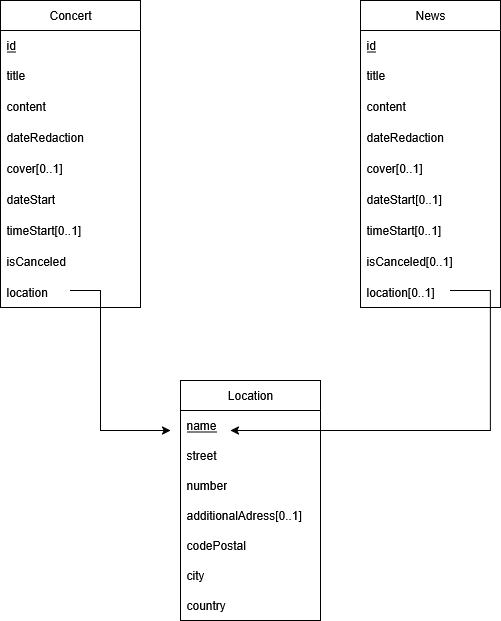
Earlier version of the draw.io export src/assets/images/ERDiagStockemoise.png (JBLNgithub/portfolio). Source tidied: cells renumbered, new cells last; positions are measured from the earlier drawing's top-left corner, leaving out a move shared by most shapes. Source of this version:
```xml
<mxGraphModel>
  <root>
    <mxCell id="0" />
    <mxCell id="1" parent="0" />
    <mxCell id="2" value="Concert" style="swimlane;fontStyle=0;horizontal=1;startSize=30;whiteSpace=wrap;html=1;" parent="1" vertex="1">
      <mxGeometry width="140" height="307" as="geometry" />
    </mxCell>
    <mxCell id="3" value="id" style="text;strokeColor=none;fillColor=none;align=left;verticalAlign=middle;spacingLeft=4;spacingRight=4;overflow=hidden;whiteSpace=wrap;html=1;fontStyle=4;" parent="2" vertex="1">
      <mxGeometry y="30" width="140" height="30" as="geometry" />
    </mxCell>
    <mxCell id="4" value="title" style="text;strokeColor=none;fillColor=none;align=left;verticalAlign=middle;spacingLeft=4;spacingRight=4;overflow=hidden;whiteSpace=wrap;html=1;" parent="2" vertex="1">
      <mxGeometry y="60" width="140" height="30" as="geometry" />
    </mxCell>
    <mxCell id="5" value="&lt;div&gt;content&lt;/div&gt;" style="text;strokeColor=none;fillColor=none;align=left;verticalAlign=middle;spacingLeft=4;spacingRight=4;overflow=hidden;whiteSpace=wrap;html=1;" parent="2" vertex="1">
      <mxGeometry y="90" width="140" height="31" as="geometry" />
    </mxCell>
    <mxCell id="6" value="dateRedaction" style="text;strokeColor=none;fillColor=none;align=left;verticalAlign=middle;spacingLeft=4;spacingRight=4;overflow=hidden;whiteSpace=wrap;html=1;" parent="2" vertex="1">
      <mxGeometry y="121" width="140" height="31" as="geometry" />
    </mxCell>
    <mxCell id="7" value="cover[0..1]" style="text;strokeColor=none;fillColor=none;align=left;verticalAlign=middle;spacingLeft=4;spacingRight=4;overflow=hidden;whiteSpace=wrap;html=1;" parent="2" vertex="1">
      <mxGeometry y="152" width="140" height="31" as="geometry" />
    </mxCell>
    <mxCell id="8" value="dateStart" style="text;strokeColor=none;fillColor=none;align=left;verticalAlign=middle;spacingLeft=4;spacingRight=4;overflow=hidden;whiteSpace=wrap;html=1;" parent="2" vertex="1">
      <mxGeometry y="183" width="140" height="31" as="geometry" />
    </mxCell>
    <mxCell id="9" value="timeStart[0..1]" style="text;strokeColor=none;fillColor=none;align=left;verticalAlign=middle;spacingLeft=4;spacingRight=4;overflow=hidden;whiteSpace=wrap;html=1;" parent="2" vertex="1">
      <mxGeometry y="214" width="140" height="31" as="geometry" />
    </mxCell>
    <mxCell id="10" value="isCanceled" style="text;strokeColor=none;fillColor=none;align=left;verticalAlign=middle;spacingLeft=4;spacingRight=4;overflow=hidden;whiteSpace=wrap;html=1;" parent="2" vertex="1">
      <mxGeometry y="245" width="140" height="31" as="geometry" />
    </mxCell>
    <mxCell id="11" value="location" style="text;strokeColor=none;fillColor=none;align=left;verticalAlign=middle;spacingLeft=4;spacingRight=4;overflow=hidden;points=[[0,0.5],[1,0.5]];portConstraint=eastwest;whiteSpace=wrap;html=1;" parent="2" vertex="1">
      <mxGeometry y="276" width="140" height="31" as="geometry" />
    </mxCell>
    <mxCell id="12" value="News" style="swimlane;fontStyle=0;horizontal=1;startSize=30;whiteSpace=wrap;html=1;" parent="1" vertex="1">
      <mxGeometry x="360" width="140" height="307" as="geometry" />
    </mxCell>
    <mxCell id="13" value="id" style="text;strokeColor=none;fillColor=none;align=left;verticalAlign=middle;spacingLeft=4;spacingRight=4;overflow=hidden;whiteSpace=wrap;html=1;fontStyle=4;" parent="12" vertex="1">
      <mxGeometry y="30" width="140" height="30" as="geometry" />
    </mxCell>
    <mxCell id="14" value="title" style="text;strokeColor=none;fillColor=none;align=left;verticalAlign=middle;spacingLeft=4;spacingRight=4;overflow=hidden;whiteSpace=wrap;html=1;" parent="12" vertex="1">
      <mxGeometry y="60" width="140" height="30" as="geometry" />
    </mxCell>
    <mxCell id="15" value="&lt;div&gt;content&lt;/div&gt;" style="text;strokeColor=none;fillColor=none;align=left;verticalAlign=middle;spacingLeft=4;spacingRight=4;overflow=hidden;whiteSpace=wrap;html=1;" parent="12" vertex="1">
      <mxGeometry y="90" width="140" height="31" as="geometry" />
    </mxCell>
    <mxCell id="16" value="dateRedaction" style="text;strokeColor=none;fillColor=none;align=left;verticalAlign=middle;spacingLeft=4;spacingRight=4;overflow=hidden;whiteSpace=wrap;html=1;" parent="12" vertex="1">
      <mxGeometry y="121" width="140" height="31" as="geometry" />
    </mxCell>
    <mxCell id="17" value="cover[0..1]" style="text;strokeColor=none;fillColor=none;align=left;verticalAlign=middle;spacingLeft=4;spacingRight=4;overflow=hidden;whiteSpace=wrap;html=1;" parent="12" vertex="1">
      <mxGeometry y="152" width="140" height="31" as="geometry" />
    </mxCell>
    <mxCell id="18" value="dateStart[0..1]" style="text;strokeColor=none;fillColor=none;align=left;verticalAlign=middle;spacingLeft=4;spacingRight=4;overflow=hidden;whiteSpace=wrap;html=1;" parent="12" vertex="1">
      <mxGeometry y="183" width="140" height="31" as="geometry" />
    </mxCell>
    <mxCell id="19" value="timeStart[0..1]" style="text;strokeColor=none;fillColor=none;align=left;verticalAlign=middle;spacingLeft=4;spacingRight=4;overflow=hidden;whiteSpace=wrap;html=1;" parent="12" vertex="1">
      <mxGeometry y="214" width="140" height="31" as="geometry" />
    </mxCell>
    <mxCell id="20" value="isCanceled[0..1]" style="text;strokeColor=none;fillColor=none;align=left;verticalAlign=middle;spacingLeft=4;spacingRight=4;overflow=hidden;whiteSpace=wrap;html=1;" parent="12" vertex="1">
      <mxGeometry y="245" width="140" height="31" as="geometry" />
    </mxCell>
    <mxCell id="21" value="location[0..1]" style="text;strokeColor=none;fillColor=none;align=left;verticalAlign=middle;spacingLeft=4;spacingRight=4;overflow=hidden;points=[[0,0.5],[1,0.5]];portConstraint=eastwest;whiteSpace=wrap;html=1;" parent="12" vertex="1">
      <mxGeometry y="276" width="140" height="31" as="geometry" />
    </mxCell>
    <mxCell id="22" value="Location" style="swimlane;fontStyle=0;horizontal=1;startSize=30;whiteSpace=wrap;html=1;" parent="1" vertex="1">
      <mxGeometry x="180" y="380" width="140" height="240" as="geometry" />
    </mxCell>
    <mxCell id="23" value="name" style="text;strokeColor=none;fillColor=none;align=left;verticalAlign=middle;spacingLeft=4;spacingRight=4;overflow=hidden;points=[[0,0.5],[1,0.5]];portConstraint=eastwest;whiteSpace=wrap;html=1;fontStyle=4;" parent="22" vertex="1">
      <mxGeometry y="30" width="140" height="30" as="geometry" />
    </mxCell>
    <mxCell id="24" value="street" style="text;strokeColor=none;fillColor=none;align=left;verticalAlign=middle;spacingLeft=4;spacingRight=4;overflow=hidden;whiteSpace=wrap;html=1;" parent="22" vertex="1">
      <mxGeometry y="60" width="140" height="30" as="geometry" />
    </mxCell>
    <mxCell id="25" value="number" style="text;strokeColor=none;fillColor=none;align=left;verticalAlign=middle;spacingLeft=4;spacingRight=4;overflow=hidden;whiteSpace=wrap;html=1;" parent="22" vertex="1">
      <mxGeometry y="90" width="140" height="30" as="geometry" />
    </mxCell>
    <mxCell id="26" value="additionalAdress[0..1]" style="text;strokeColor=none;fillColor=none;align=left;verticalAlign=middle;spacingLeft=4;spacingRight=4;overflow=hidden;whiteSpace=wrap;html=1;" parent="22" vertex="1">
      <mxGeometry y="120" width="140" height="30" as="geometry" />
    </mxCell>
    <mxCell id="27" value="codePostal" style="text;strokeColor=none;fillColor=none;align=left;verticalAlign=middle;spacingLeft=4;spacingRight=4;overflow=hidden;whiteSpace=wrap;html=1;" parent="22" vertex="1">
      <mxGeometry y="150" width="140" height="30" as="geometry" />
    </mxCell>
    <mxCell id="28" value="city" style="text;strokeColor=none;fillColor=none;align=left;verticalAlign=middle;spacingLeft=4;spacingRight=4;overflow=hidden;whiteSpace=wrap;html=1;" parent="22" vertex="1">
      <mxGeometry y="180" width="140" height="30" as="geometry" />
    </mxCell>
    <mxCell id="29" value="country" style="text;strokeColor=none;fillColor=none;align=left;verticalAlign=middle;spacingLeft=4;spacingRight=4;overflow=hidden;whiteSpace=wrap;html=1;" parent="22" vertex="1">
      <mxGeometry y="210" width="140" height="30" as="geometry" />
    </mxCell>
    <mxCell id="30" style="endArrow=classic;html=1;rounded=0;exitX=0.5;exitY=0.452;exitDx=0;exitDy=0;exitPerimeter=0;" parent="1" edge="1" source="11">
      <mxGeometry relative="1" as="geometry">
        <mxPoint x="170" y="430" as="targetPoint" />
        <Array as="points">
          <mxPoint x="100" y="290" />
          <mxPoint x="100" y="430" />
        </Array>
      </mxGeometry>
    </mxCell>
    <mxCell id="31" style="endArrow=classic;html=1;rounded=0;entryX=0.357;entryY=0.667;entryDx=0;entryDy=0;entryPerimeter=0;exitX=0.643;exitY=0.452;exitDx=0;exitDy=0;exitPerimeter=0;" parent="1" edge="1" source="21" target="23">
      <mxGeometry relative="1" as="geometry">
        <Array as="points">
          <mxPoint x="490" y="290" />
          <mxPoint x="490" y="430" />
        </Array>
      </mxGeometry>
    </mxCell>
  </root>
</mxGraphModel>
```
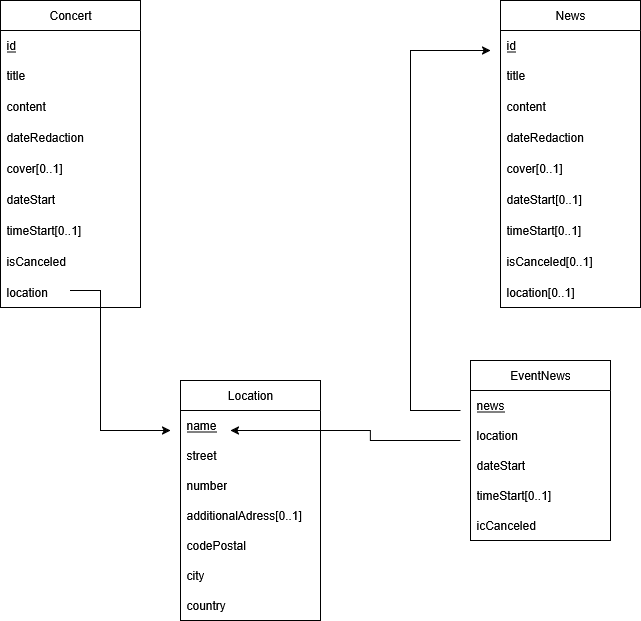
The same file after the commit.

Commit message:
fixe ER diag

What changed in the source:
```diff
@@ -33,7 +33,7 @@
       <mxGeometry y="276" width="140" height="31" as="geometry" />
     </mxCell>
     <mxCell id="12" value="News" style="swimlane;fontStyle=0;horizontal=1;startSize=30;whiteSpace=wrap;html=1;" parent="1" vertex="1">
-      <mxGeometry x="360" width="140" height="307" as="geometry" />
+      <mxGeometry x="500" width="140" height="307" as="geometry" />
     </mxCell>
     <mxCell id="13" value="id" style="text;strokeColor=none;fillColor=none;align=left;verticalAlign=middle;spacingLeft=4;spacingRight=4;overflow=hidden;whiteSpace=wrap;html=1;fontStyle=4;" parent="12" vertex="1">
       <mxGeometry y="30" width="140" height="30" as="geometry" />
@@ -95,13 +95,42 @@
         </Array>
       </mxGeometry>
     </mxCell>
-    <mxCell id="31" style="endArrow=classic;html=1;rounded=0;entryX=0.357;entryY=0.667;entryDx=0;entryDy=0;entryPerimeter=0;exitX=0.643;exitY=0.452;exitDx=0;exitDy=0;exitPerimeter=0;" parent="1" edge="1" source="21" target="23">
-      <mxGeometry relative="1" as="geometry">
-        <Array as="points">
-          <mxPoint x="490" y="290" />
-          <mxPoint x="490" y="430" />
-        </Array>
-      </mxGeometry>
-    </mxCell>
+    <mxCell id="32" value="EventNews" style="swimlane;fontStyle=0;horizontal=1;startSize=30;whiteSpace=wrap;html=1;" parent="1" vertex="1">
+      <mxGeometry x="470" y="360" width="140" height="180" as="geometry" />
+    </mxCell>
+    <mxCell id="33" value="news" style="text;strokeColor=none;fillColor=none;align=left;verticalAlign=middle;spacingLeft=4;spacingRight=4;overflow=hidden;whiteSpace=wrap;html=1;fontStyle=4;" parent="32" vertex="1">
+      <mxGeometry y="30" width="140" height="30" as="geometry" />
+    </mxCell>
+    <mxCell id="34" value="location" style="text;strokeColor=none;fillColor=none;align=left;verticalAlign=middle;spacingLeft=4;spacingRight=4;overflow=hidden;whiteSpace=wrap;html=1;" parent="32" vertex="1">
+      <mxGeometry y="60" width="140" height="30" as="geometry" />
+    </mxCell>
+    <mxCell id="35" value="dateStart" style="text;strokeColor=none;fillColor=none;align=left;verticalAlign=middle;spacingLeft=4;spacingRight=4;overflow=hidden;whiteSpace=wrap;html=1;" parent="32" vertex="1">
+      <mxGeometry y="90" width="140" height="30" as="geometry" />
+    </mxCell>
+    <mxCell id="36" value="timeStart[0..1]" style="text;strokeColor=none;fillColor=none;align=left;verticalAlign=middle;spacingLeft=4;spacingRight=4;overflow=hidden;whiteSpace=wrap;html=1;" parent="32" vertex="1">
+      <mxGeometry y="120" width="140" height="30" as="geometry" />
+    </mxCell>
+    <mxCell id="37" value="icCanceled" style="text;strokeColor=none;fillColor=none;align=left;verticalAlign=middle;spacingLeft=4;spacingRight=4;overflow=hidden;whiteSpace=wrap;html=1;" parent="32" vertex="1">
+      <mxGeometry y="150" width="140" height="30" as="geometry" />
+    </mxCell>
+    <mxCell id="38" style="endArrow=classic;html=1;rounded=0;" parent="1" edge="1">
+      <mxGeometry relative="1" as="geometry">
+        <mxPoint x="460" y="410" as="sourcePoint" />
+        <mxPoint x="490" y="50" as="targetPoint" />
+        <Array as="points">
+          <mxPoint x="410" y="410" />
+          <mxPoint x="410" y="50" />
+        </Array>
+      </mxGeometry>
+    </mxCell>
+    <mxCell id="39" style="endArrow=classic;html=1;rounded=0;entryX=0.357;entryY=0.667;entryDx=0;entryDy=0;entryPerimeter=0;" parent="1" edge="1" target="23">
+      <mxGeometry relative="1" as="geometry">
+        <mxPoint x="460" y="440" as="sourcePoint" />
+        <Array as="points">
+          <mxPoint x="370" y="440" />
+          <mxPoint x="370" y="430" />
+        </Array>
+      </mxGeometry>
+    </mxCell>
   </root>
 </mxGraphModel>
```
